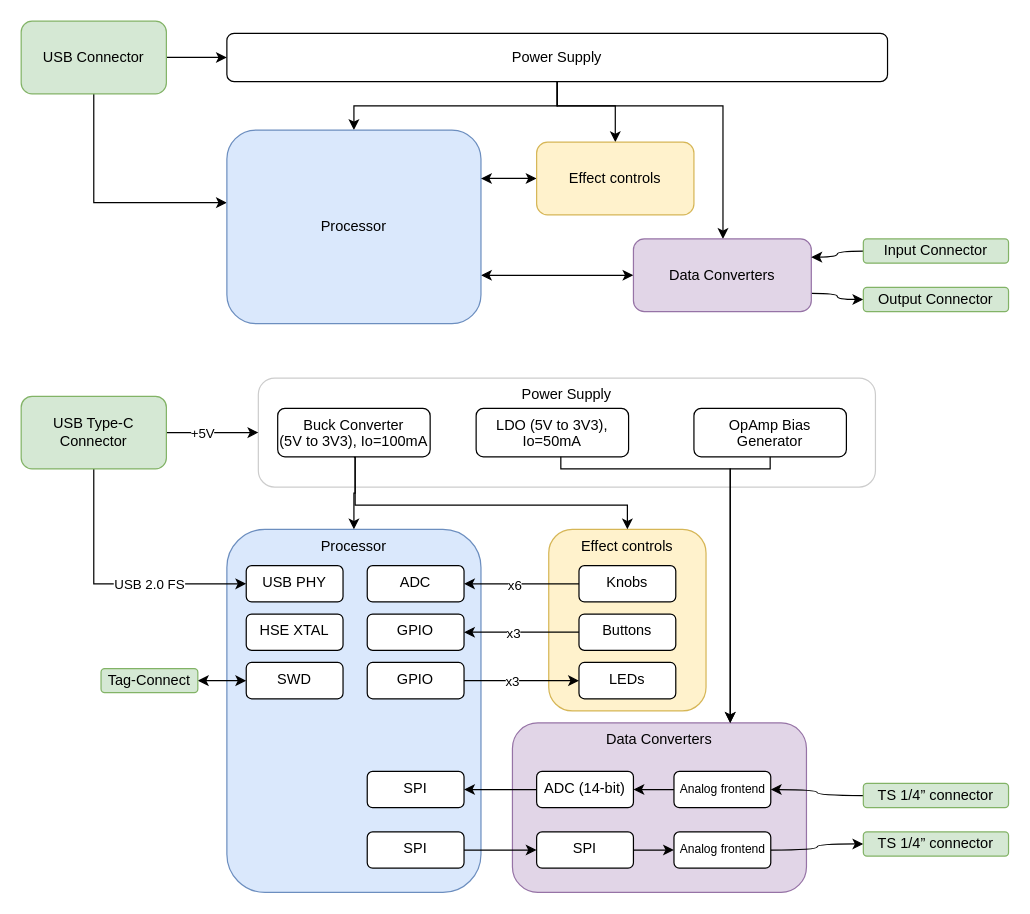
This is system_design/media/charts.drawio from herculanodavi/guitar-pedal, a draw.io file, before an edit. Source tidied: cells renumbered, new cells numbered last; positions are measured from the earlier drawing's top-left corner, leaving out a move shared by most shapes. Both pictures are drawn from the tidied source at 121%, with x=0, y=0 at pixel (21, 21).
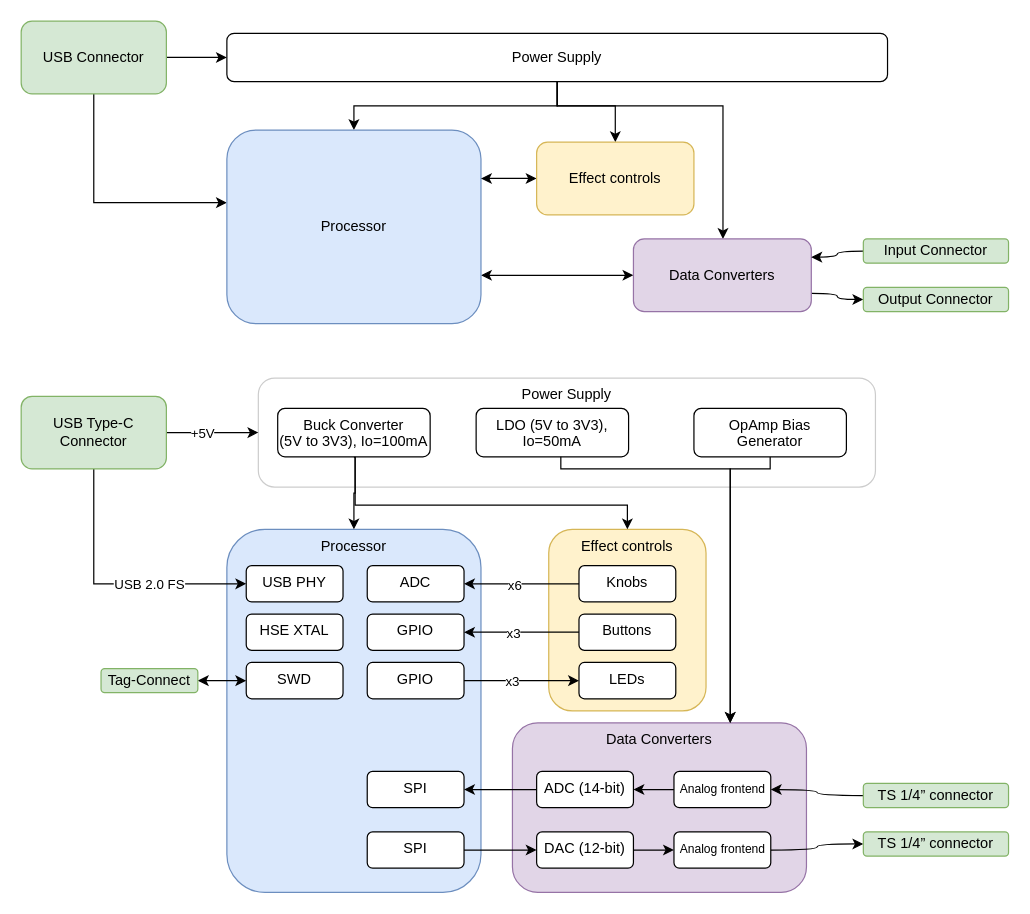
Above is the later version.

Commit message (it also covers changes not shown here):
Fix detailed block diagram.

Change to the diagram source:
```diff
@@
-    <mxCell id="63" value="SPI" style="rounded=1;whiteSpace=wrap;html=1;verticalAlign=top;" parent="1" vertex="1">
+    <mxCell id="63" value="DAC (12-bit)" style="rounded=1;whiteSpace=wrap;html=1;verticalAlign=top;" parent="1" vertex="1">
       <mxGeometry x="426" y="670" width="80" height="30" as="geometry" />
     </mxCell>
```
